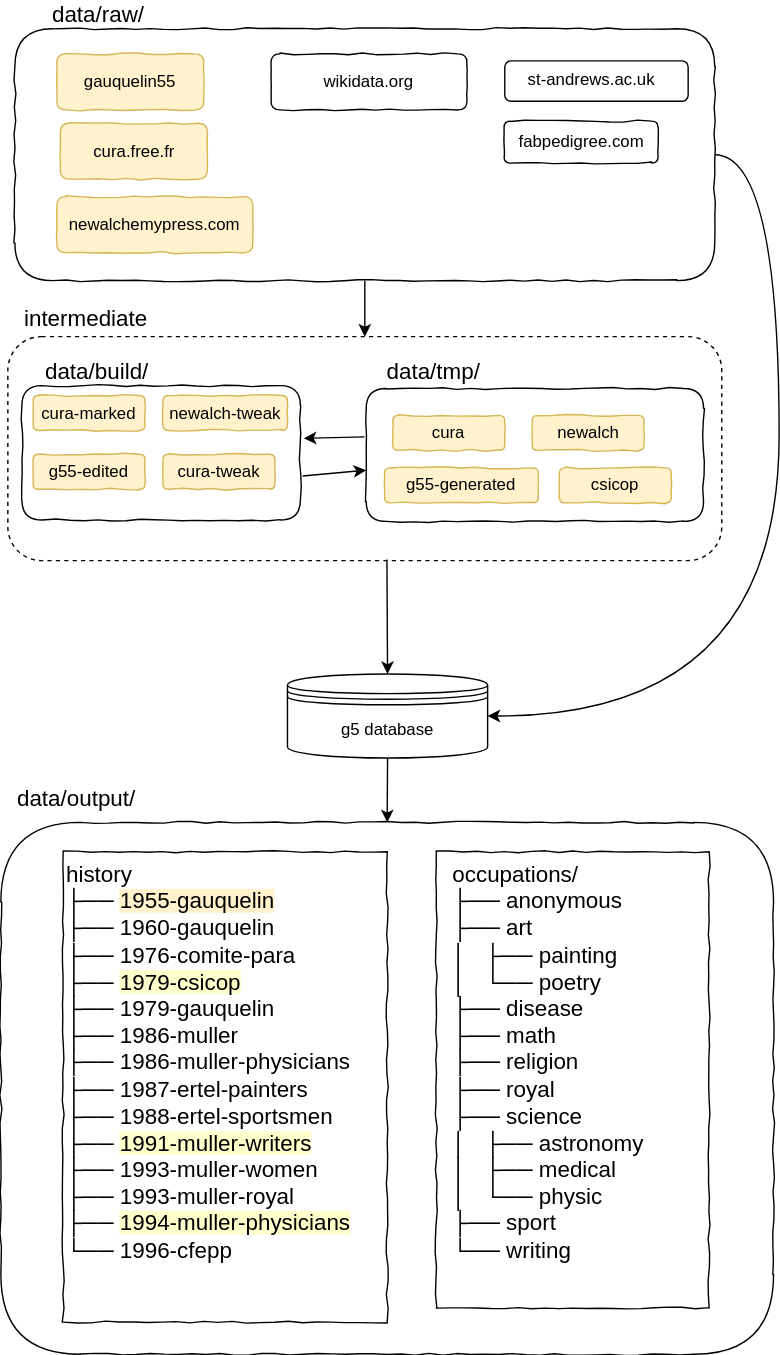
This is docs/img/g5-flow.svg from tig12/g5, a draw.io export, as it was before one commit. Source tidied: cells renumbered, new cells last; positions are measured from the earlier drawing's top-left corner, leaving out a move shared by most shapes.
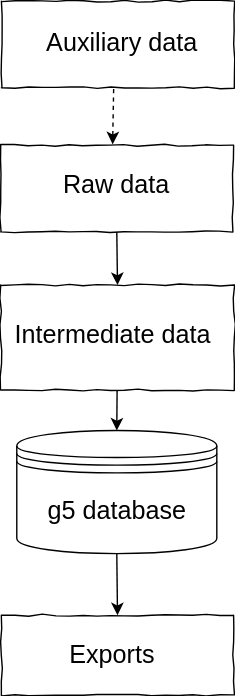
The same diagram one commit later.

Change to the diagram source:
```diff
@@ -2,124 +2,50 @@
   <root>
     <mxCell id="0" />
     <mxCell id="1" parent="0" />
-    <mxCell id="2" style="rounded=1;whiteSpace=wrap;html=1;dashed=1;" parent="1" vertex="1">
-      <mxGeometry x="5" y="240" width="510" height="160" as="geometry" />
-    </mxCell>
-    <mxCell id="3" style="rounded=1;whiteSpace=wrap;html=1;shadow=0;comic=1;glass=0;" parent="1" vertex="1">
-      <mxGeometry x="15" y="275" width="199" height="96" as="geometry" />
-    </mxCell>
-    <mxCell id="4" style="rounded=1;whiteSpace=wrap;html=1;comic=1;" parent="1" vertex="1">
-      <mxGeometry x="10" y="20" width="500" height="180" as="geometry" />
-    </mxCell>
-    <mxCell id="5" style="group;comic=1;" parent="1" vertex="1">
-      <mxGeometry x="360" y="43" width="131" height="48" as="geometry" />
-    </mxCell>
-    <mxCell id="6" value="&lt;span&gt;st-andrews.ac.uk&amp;nbsp;&amp;nbsp;&lt;/span&gt;" style="rounded=1;whiteSpace=wrap;html=1;" parent="5" vertex="1">
-      <mxGeometry width="131" height="28.8" as="geometry" />
-    </mxCell>
-    <mxCell id="7" style="group;" parent="1" vertex="1">
-      <mxGeometry x="415" y="60" width="110" height="50" as="geometry" />
-    </mxCell>
-    <mxCell id="8" value="newalchemypress.com&lt;br&gt;" style="rounded=1;whiteSpace=wrap;html=1;arcSize=16;comic=1;fillColor=#fff2cc;strokeColor=#d6b656;" parent="1" vertex="1">
-      <mxGeometry x="40" y="140" width="140" height="40" as="geometry" />
-    </mxCell>
-    <mxCell id="9" style="group;" parent="1" vertex="1">
-      <mxGeometry x="359.5" y="86" width="110" height="30" as="geometry" />
-    </mxCell>
-    <mxCell id="10" value="&lt;span&gt;fabpedigree.com&lt;/span&gt;&lt;br&gt;" style="rounded=1;whiteSpace=wrap;html=1;comic=1;" parent="9" vertex="1">
-      <mxGeometry width="110" height="30" as="geometry" />
-    </mxCell>
-    <mxCell id="11" value="data/raw/" style="text;html=1;strokeColor=none;fillColor=none;align=left;verticalAlign=middle;whiteSpace=wrap;rounded=0;labelBackgroundColor=none;fontSize=16;" parent="1" vertex="1">
-      <mxGeometry x="35" width="50" height="20" as="geometry" />
-    </mxCell>
-    <mxCell id="12" style="rounded=1;whiteSpace=wrap;html=1;comic=1;" parent="1" vertex="1">
-      <mxGeometry x="261" y="277" width="241" height="95" as="geometry" />
-    </mxCell>
-    <mxCell id="13" style="group;" parent="1" vertex="1">
-      <mxGeometry x="415" y="315" width="110" height="50" as="geometry" />
-    </mxCell>
-    <mxCell id="14" value="cura-marked&lt;br&gt;" style="rounded=1;whiteSpace=wrap;html=1;arcSize=16;comic=1;fillColor=#fff2cc;strokeColor=#d6b656;" parent="1" vertex="1">
-      <mxGeometry x="23" y="282" width="80" height="25" as="geometry" />
-    </mxCell>
-    <mxCell id="15" value="data/build/" style="text;html=1;strokeColor=none;fillColor=none;align=left;verticalAlign=middle;whiteSpace=wrap;rounded=0;labelBackgroundColor=none;fontSize=16;" parent="1" vertex="1">
-      <mxGeometry x="30" y="255" width="100" height="20" as="geometry" />
-    </mxCell>
-    <mxCell id="16" value="data/tmp/" style="text;html=1;strokeColor=none;fillColor=none;align=left;verticalAlign=middle;whiteSpace=wrap;rounded=0;labelBackgroundColor=none;fontSize=16;" parent="1" vertex="1">
-      <mxGeometry x="274" y="254" width="100" height="21" as="geometry" />
-    </mxCell>
-    <mxCell id="17" value="g55-edited&lt;br&gt;" style="rounded=1;whiteSpace=wrap;html=1;arcSize=16;comic=1;fillColor=#fff2cc;strokeColor=#d6b656;" parent="1" vertex="1">
-      <mxGeometry x="23" y="324" width="80" height="25" as="geometry" />
-    </mxCell>
-    <mxCell id="18" value="cura" style="rounded=1;whiteSpace=wrap;html=1;arcSize=16;comic=1;fillColor=#fff2cc;strokeColor=#d6b656;" parent="1" vertex="1">
-      <mxGeometry x="280" y="296.2" width="80" height="25" as="geometry" />
-    </mxCell>
-    <mxCell id="19" value="csicop" style="rounded=1;whiteSpace=wrap;html=1;arcSize=16;comic=1;fillColor=#fff2cc;strokeColor=#d6b656;" parent="1" vertex="1">
-      <mxGeometry x="399" y="333.8" width="80" height="25" as="geometry" />
-    </mxCell>
-    <mxCell id="20" value="newalch" style="rounded=1;whiteSpace=wrap;html=1;arcSize=16;comic=1;fillColor=#fff2cc;strokeColor=#d6b656;" parent="1" vertex="1">
-      <mxGeometry x="379.5" y="296.2" width="80" height="25" as="geometry" />
-    </mxCell>
-    <mxCell id="21" style="rounded=1;whiteSpace=wrap;html=1;flipH=1;comic=1;" parent="1" vertex="1">
-      <mxGeometry y="587" width="552" height="380" as="geometry" />
-    </mxCell>
-    <mxCell id="22" value="data/output/" style="text;html=1;strokeColor=none;fillColor=none;align=left;verticalAlign=middle;whiteSpace=wrap;rounded=0;labelBackgroundColor=none;fontSize=16;" parent="1" vertex="1">
-      <mxGeometry x="10" y="560" width="75" height="20" as="geometry" />
-    </mxCell>
-    <mxCell id="23" style="edgeStyle=orthogonalEdgeStyle;rounded=0;orthogonalLoop=1;jettySize=auto;html=1;exitX=0.5;exitY=1;exitDx=0;exitDy=0;fontSize=16;" parent="1" edge="1" source="11" target="11">
-      <mxGeometry relative="1" as="geometry" />
-    </mxCell>
-    <mxCell id="24" value="history&lt;br&gt;&lt;div&gt;├── &lt;span style=&quot;background-color: rgb(255 , 242 , 204)&quot;&gt;1955-gauquelin&lt;/span&gt;&lt;/div&gt;&lt;div&gt;&lt;span&gt;├── 1960-gauquelin&lt;/span&gt;&lt;br&gt;&lt;/div&gt;&lt;div&gt;├── 1976-comite-para&lt;/div&gt;&lt;div&gt;├── &lt;span style=&quot;background-color: rgb(255 , 255 , 204)&quot;&gt;1979-csicop&lt;/span&gt;&lt;/div&gt;&lt;div&gt;├── 1979-gauquelin&lt;/div&gt;&lt;div&gt;├── 1986-muller&lt;/div&gt;&lt;div&gt;├── 1986-muller-physicians&lt;br&gt;&lt;/div&gt;&lt;div&gt;├── 1987-ertel-painters&lt;/div&gt;&lt;div&gt;├── 1988-ertel-sportsmen&lt;/div&gt;&lt;div&gt;&lt;span&gt;├── &lt;/span&gt;&lt;span style=&quot;background-color: rgb(255 , 255 , 204)&quot;&gt;1991-muller-writers&lt;/span&gt;&lt;br&gt;&lt;/div&gt;&lt;div&gt;├── 1993-muller-women&lt;br&gt;&lt;/div&gt;&lt;div&gt;├── 1993-muller-royal&lt;br&gt;&lt;/div&gt;&lt;div&gt;&lt;span&gt;├── &lt;/span&gt;&lt;span style=&quot;background-color: rgb(255 , 255 , 204)&quot;&gt;1994-muller-physicians&lt;/span&gt;&lt;br&gt;&lt;/div&gt;&lt;div&gt;└── 1996-cfepp&lt;/div&gt;&lt;div&gt;&lt;br&gt;&lt;/div&gt;" style="text;html=1;align=left;verticalAlign=top;whiteSpace=wrap;rounded=0;labelBackgroundColor=none;fontSize=16;shadow=0;comic=1;strokeColor=#000000;" parent="1" vertex="1">
-      <mxGeometry x="44.5" y="608" width="231.5" height="336" as="geometry" />
-    </mxCell>
-    <mxCell id="25" value="&lt;div&gt;occupations/&lt;/div&gt;&lt;div&gt;├── anonymous&lt;/div&gt;&lt;div&gt;├── art&lt;/div&gt;&lt;div&gt;│&amp;nbsp; &amp;nbsp;├── painting&lt;/div&gt;&lt;div&gt;│&amp;nbsp; &amp;nbsp;└── poetry&lt;/div&gt;&lt;div&gt;├── disease&lt;/div&gt;&lt;div&gt;├── math&lt;/div&gt;&lt;div&gt;├── religion&lt;/div&gt;&lt;div&gt;├── royal&lt;/div&gt;&lt;div&gt;├── science&lt;/div&gt;&lt;div&gt;│&amp;nbsp; &amp;nbsp;├── astronomy&lt;/div&gt;&lt;div&gt;│&amp;nbsp; &amp;nbsp;├── medical&lt;/div&gt;&lt;div&gt;│&amp;nbsp; &amp;nbsp;└── physic&lt;/div&gt;&lt;div&gt;├── sport&lt;/div&gt;&lt;div&gt;└── writing&lt;/div&gt;" style="text;html=1;strokeColor=#000000;fillColor=none;align=left;verticalAlign=top;whiteSpace=wrap;rounded=0;labelBackgroundColor=none;fontSize=16;comic=1;spacingLeft=10;" parent="1" vertex="1">
-      <mxGeometry x="311" y="608" width="195" height="326" as="geometry" />
-    </mxCell>
-    <mxCell id="26" value="cura.free.fr&lt;br&gt;" style="rounded=1;whiteSpace=wrap;html=1;arcSize=16;comic=1;fillColor=#fff2cc;strokeColor=#d6b656;" parent="1" vertex="1">
-      <mxGeometry x="42.5" y="87.5" width="105" height="40" as="geometry" />
-    </mxCell>
-    <mxCell id="27" value="&lt;span&gt;wikidata.org&lt;/span&gt;&lt;br&gt;" style="rounded=1;whiteSpace=wrap;html=1;arcSize=16;comic=1;" parent="1" vertex="1">
-      <mxGeometry x="193" y="38" width="140" height="40" as="geometry" />
-    </mxCell>
-    <mxCell id="28" value="gauquelin55&lt;br&gt;" style="rounded=1;whiteSpace=wrap;html=1;arcSize=16;comic=1;fillColor=#fff2cc;strokeColor=#d6b656;" parent="1" vertex="1">
-      <mxGeometry x="40" y="38" width="105" height="40" as="geometry" />
-    </mxCell>
-    <mxCell id="29" value="g55-generated&lt;br&gt;" style="rounded=1;whiteSpace=wrap;html=1;arcSize=16;comic=1;fillColor=#fff2cc;strokeColor=#d6b656;" parent="1" vertex="1">
-      <mxGeometry x="274" y="333.8" width="110" height="25" as="geometry" />
-    </mxCell>
-    <mxCell id="30" style="endArrow=classic;html=1;exitX=0.5;exitY=1;exitDx=0;exitDy=0;entryX=0.5;entryY=0;entryDx=0;entryDy=0;" parent="1" edge="1" source="4" target="2">
-      <mxGeometry relative="1" as="geometry" />
-    </mxCell>
-    <mxCell id="31" style="endArrow=classic;html=1;entryX=1.012;entryY=0.392;entryDx=0;entryDy=0;exitX=-0.005;exitY=0.364;exitDx=0;exitDy=0;exitPerimeter=0;entryPerimeter=0;" parent="1" edge="1" source="12" target="3">
-      <mxGeometry relative="1" as="geometry" />
-    </mxCell>
-    <mxCell id="32" style="endArrow=classic;html=1;exitX=0.531;exitY=0.995;exitDx=0;exitDy=0;entryX=0.5;entryY=0;entryDx=0;entryDy=0;exitPerimeter=0;" parent="1" edge="1" source="2" target="36">
-      <mxGeometry relative="1" as="geometry" />
-    </mxCell>
-    <mxCell id="33" style="endArrow=classic;html=1;entryX=0.5;entryY=0;entryDx=0;entryDy=0;exitX=0.5;exitY=1;exitDx=0;exitDy=0;" parent="1" edge="1" source="36" target="21">
-      <mxGeometry relative="1" as="geometry" />
-    </mxCell>
-    <mxCell id="34" style="endArrow=classic;html=1;exitX=1.008;exitY=0.672;exitDx=0;exitDy=0;exitPerimeter=0;" parent="1" edge="1" source="3" target="12">
-      <mxGeometry relative="1" as="geometry" />
-    </mxCell>
-    <mxCell id="35" value="intermediate" style="text;html=1;strokeColor=none;fillColor=none;align=left;verticalAlign=middle;whiteSpace=wrap;rounded=0;labelBackgroundColor=none;fontSize=16;" parent="1" vertex="1">
-      <mxGeometry x="15" y="217" width="75" height="20" as="geometry" />
-    </mxCell>
+    <mxCell id="40" style="whiteSpace=wrap;html=1;comic=1;fillColor=none;" parent="1" vertex="1">
+      <mxGeometry x="193.3" y="277" width="166" height="62" as="geometry" />
+    </mxCell>
+    <mxCell id="41" style="whiteSpace=wrap;html=1;flipH=1;comic=1;" parent="1" vertex="1">
+      <mxGeometry x="193.8" y="613" width="166" height="57" as="geometry" />
+    </mxCell>
+    <mxCell id="42" style="edgeStyle=orthogonalEdgeStyle;orthogonalLoop=1;jettySize=auto;html=1;exitX=0.5;exitY=1;exitDx=0;exitDy=0;fontSize=16;" parent="1" edge="1">
+      <mxGeometry relative="1" as="geometry">
+        <mxPoint x="301.3" y="369" as="sourcePoint" />
+        <mxPoint x="301.3" y="369" as="targetPoint" />
+      </mxGeometry>
+    </mxCell>
+    <mxCell id="43" style="endArrow=classic;html=1;exitX=0.5;exitY=1;exitDx=0;exitDy=0;entryX=0.5;entryY=0;entryDx=0;entryDy=0;" parent="1" edge="1" source="40" target="50">
+      <mxGeometry relative="1" as="geometry" />
+    </mxCell>
+    <mxCell id="44" style="endArrow=classic;html=1;entryX=0.5;entryY=0;entryDx=0;entryDy=0;" parent="1" edge="1" source="50" target="36">
+      <mxGeometry relative="1" as="geometry" />
+    </mxCell>
+    <mxCell id="45" style="endArrow=classic;html=1;entryX=0.5;entryY=0;entryDx=0;entryDy=0;exitX=0.5;exitY=1;exitDx=0;exitDy=0;" parent="1" edge="1" source="36" target="41">
+      <mxGeometry relative="1" as="geometry" />
+    </mxCell>
-    <mxCell id="36" value="g5 database" style="shape=datastore;whiteSpace=wrap;html=1;" parent="1" vertex="1">
-      <mxGeometry x="204.8" y="481" width="143" height="60" as="geometry" />
+    <mxCell id="36" value="&lt;font style=&quot;font-size: 18px&quot;&gt;g5 database&lt;/font&gt;" style="shape=datastore;whiteSpace=wrap;html=1;" parent="1" vertex="1">
+      <mxGeometry x="204.8" y="481" width="143" height="88" as="geometry" />
     </mxCell>
-    <mxCell id="37" style="endArrow=classic;html=1;exitX=1;exitY=0.5;exitDx=0;exitDy=0;entryX=1;entryY=0.5;entryDx=0;entryDy=0;edgeStyle=orthogonalEdgeStyle;curved=1;" parent="1" edge="1" source="4" target="36">
-      <mxGeometry relative="1" as="geometry">
-        <Array as="points">
-          <mxPoint x="556" y="110" />
-          <mxPoint x="556" y="511" />
-        </Array>
-      </mxGeometry>
-    </mxCell>
-    <mxCell id="38" value="cura-tweak" style="rounded=1;whiteSpace=wrap;html=1;arcSize=16;comic=1;fillColor=#fff2cc;strokeColor=#d6b656;" parent="1" vertex="1">
-      <mxGeometry x="115.8" y="324" width="80" height="25" as="geometry" />
-    </mxCell>
-    <mxCell id="39" value="newalch-tweak" style="rounded=1;whiteSpace=wrap;html=1;arcSize=16;comic=1;fillColor=#fff2cc;strokeColor=#d6b656;" parent="1" vertex="1">
-      <mxGeometry x="115.8" y="282" width="89" height="25" as="geometry" />
-    </mxCell>
+    <mxCell id="46" style="whiteSpace=wrap;html=1;comic=1;fillColor=none;" parent="1" vertex="1">
+      <mxGeometry x="193.8" y="174" width="166.5" height="62" as="geometry" />
+    </mxCell>
+    <mxCell id="47" value="&lt;font style=&quot;font-size: 18px&quot;&gt;Auxiliary data&lt;/font&gt;" style="text;html=1;strokeColor=none;fillColor=none;align=center;verticalAlign=middle;whiteSpace=wrap;" parent="1" vertex="1">
+      <mxGeometry x="203.3" y="186" width="153.5" height="35" as="geometry" />
+    </mxCell>
+    <mxCell id="48" value="&lt;font style=&quot;font-size: 18px&quot;&gt;Raw data&lt;/font&gt;" style="text;html=1;strokeColor=none;fillColor=none;align=center;verticalAlign=middle;whiteSpace=wrap;" parent="1" vertex="1">
+      <mxGeometry x="206.3" y="288" width="140" height="35" as="geometry" />
+    </mxCell>
+    <mxCell id="49" style="endArrow=classic;html=1;exitX=0.482;exitY=1.014;exitDx=0;exitDy=0;entryX=0.482;entryY=-0.009;entryDx=0;entryDy=0;exitPerimeter=0;entryPerimeter=0;dashed=1;" parent="1" edge="1" source="46" target="40">
+      <mxGeometry relative="1" as="geometry" />
+    </mxCell>
+    <mxCell id="50" style="whiteSpace=wrap;html=1;comic=1;fillColor=none;" parent="1" vertex="1">
+      <mxGeometry x="193.3" y="377" width="167" height="75" as="geometry" />
+    </mxCell>
+    <mxCell id="51" value="&lt;font style=&quot;font-size: 18px&quot;&gt;Intermediate data&lt;/font&gt;" style="text;html=1;strokeColor=none;fillColor=none;align=center;verticalAlign=middle;whiteSpace=wrap;" parent="1" vertex="1">
+      <mxGeometry x="200.3" y="395" width="146.8" height="35" as="geometry" />
+    </mxCell>
+    <mxCell id="52" value="&lt;font style=&quot;font-size: 18px&quot;&gt;Exports&lt;/font&gt;" style="text;html=1;strokeColor=none;fillColor=none;align=center;verticalAlign=middle;whiteSpace=wrap;" parent="1" vertex="1">
+      <mxGeometry x="203.3" y="624" width="140" height="35" as="geometry" />
+    </mxCell>
   </root>
 </mxGraphModel>
```
